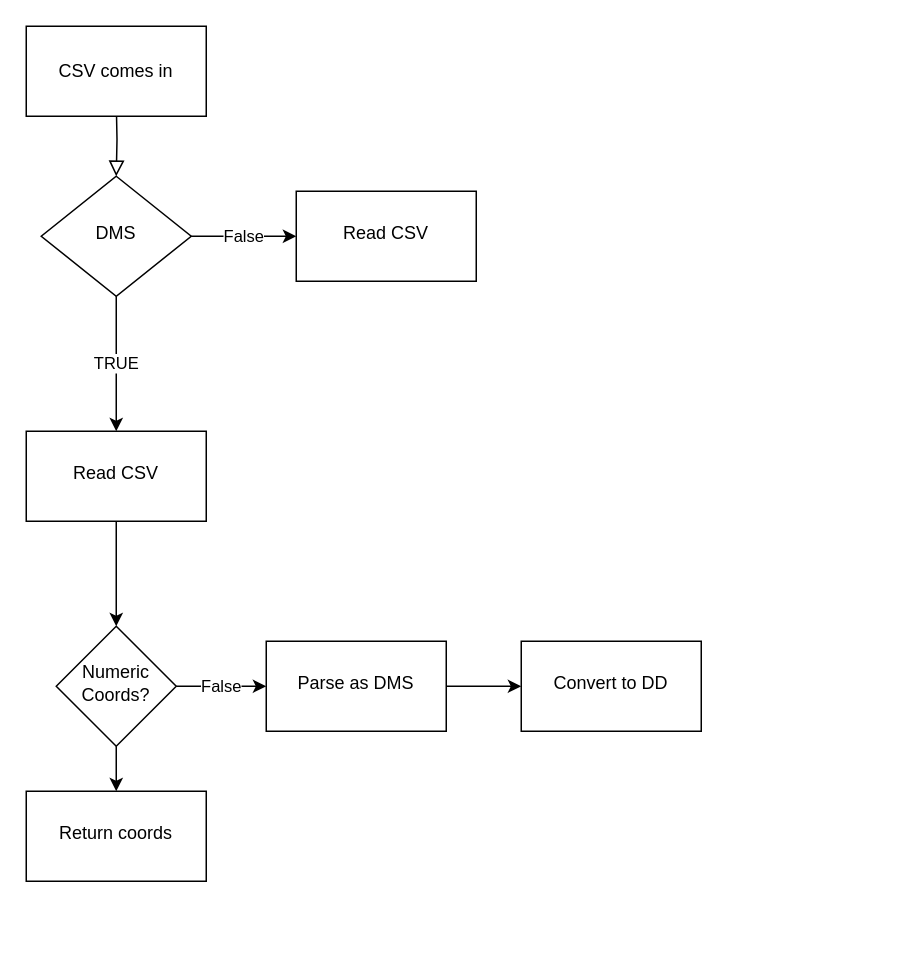
Above: coords_flowchart.drawio in JakubR12/spatial_project (draw.io), before the change. Source tidied: cells renumbered, new cells numbered last; positions are measured from the earlier drawing's top-left corner, leaving out a move shared by most shapes. Both pictures are drawn from the tidied source at 150%, with x=0, y=0 at pixel (26, 26).
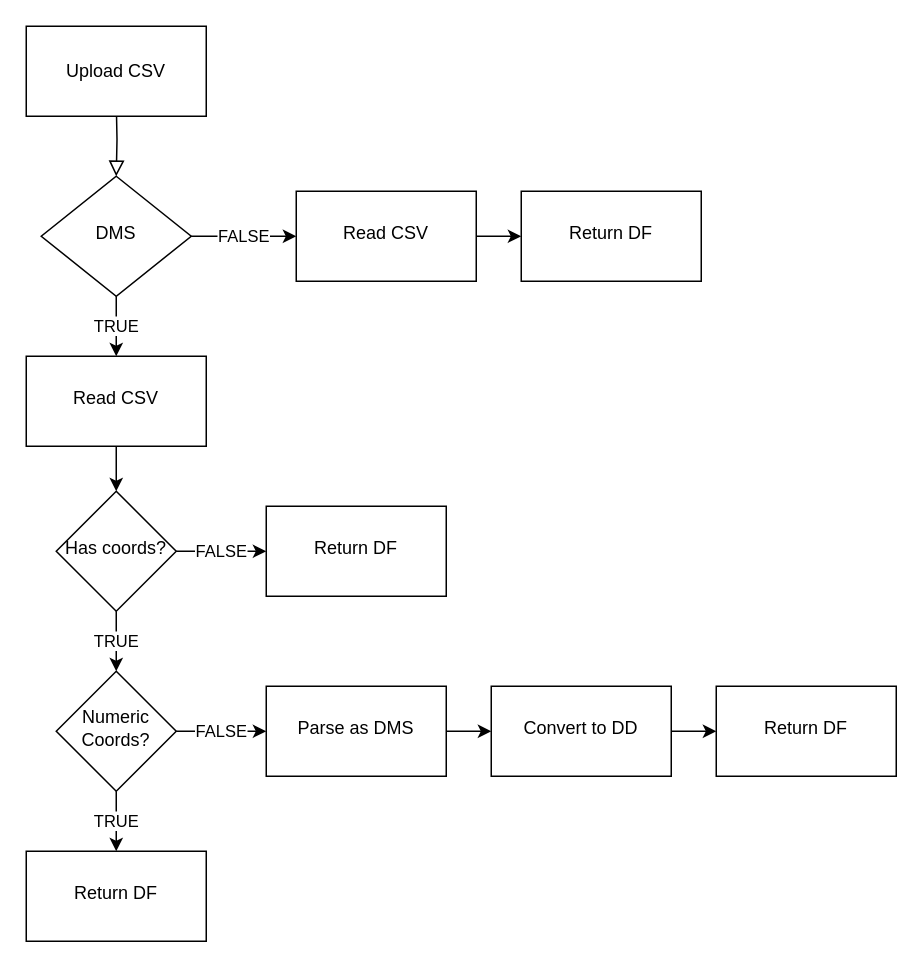
Above is the later version.

The change refers to these unchanged cells:
```xml
<mxCell id="5" value="DMS" style="rhombus;whiteSpace=wrap;html=1;shadow=0;fontFamily=Helvetica;fontSize=12;align=center;strokeWidth=1;spacing=6;spacingTop=-4;" parent="1" vertex="1">
  <mxGeometry x="10" y="100" width="100" height="80" as="geometry" />
</mxCell>
<mxCell id="9" value="Read CSV" style="whiteSpace=wrap;html=1;shadow=0;strokeWidth=1;spacing=6;spacingTop=-4;" parent="1" vertex="1">
  <mxGeometry x="180" y="110" width="120" height="60" as="geometry" />
</mxCell>
```

Change to the diagram source:
```diff
@@
-    <mxCell id="4" value="False" style="edgeStyle=orthogonalEdgeStyle;rounded=0;jettySize=auto;html=1;" parent="1" edge="1" source="5" target="9">
+    <mxCell id="4" value="FALSE" style="edgeStyle=orthogonalEdgeStyle;rounded=0;jettySize=auto;html=1;" parent="1" edge="1" source="5" target="9">
       <mxGeometry relative="1" as="geometry" />
     </mxCell>
@@
-    <mxCell id="6" style="edgeStyle=orthogonalEdgeStyle;rounded=0;jettySize=auto;html=1;" parent="1" edge="1" source="7" target="12">
-      <mxGeometry relative="1" as="geometry" />
-    </mxCell>
+    <mxCell id="17" style="edgeStyle=orthogonalEdgeStyle;rounded=0;jettySize=auto;html=1;" parent="1" edge="1" source="7" target="22">
+      <mxGeometry relative="1" as="geometry" />
+    </mxCell>
     <mxCell id="7" value="Read CSV" style="whiteSpace=wrap;html=1;shadow=0;strokeWidth=1;spacing=6;spacingTop=-4;" parent="1" vertex="1">
-      <mxGeometry y="270" width="120" height="60" as="geometry" />
+      <mxGeometry y="220" width="120" height="60" as="geometry" />
     </mxCell>
-    <mxCell id="8" value="CSV comes in" style="rounded=0;whiteSpace=wrap;html=1;" parent="1" vertex="1">
+    <mxCell id="8" value="Upload CSV" style="rounded=0;whiteSpace=wrap;html=1;" parent="1" vertex="1">
       <mxGeometry width="120" height="60" as="geometry" />
     </mxCell>
+    <mxCell id="18" style="edgeStyle=orthogonalEdgeStyle;rounded=0;jettySize=auto;html=1;" parent="1" edge="1" source="9" target="24">
+      <mxGeometry relative="1" as="geometry" />
+    </mxCell>
@@
-    <mxCell id="10" value="False" style="edgeStyle=orthogonalEdgeStyle;rounded=0;jettySize=auto;html=1;" parent="1" edge="1" source="12" target="14">
+    <mxCell id="10" value="FALSE" style="edgeStyle=orthogonalEdgeStyle;rounded=0;jettySize=auto;html=1;" parent="1" edge="1" source="12" target="14">
       <mxGeometry relative="1" as="geometry" />
     </mxCell>
-    <mxCell id="11" style="edgeStyle=orthogonalEdgeStyle;rounded=0;jettySize=auto;html=1;" parent="1" edge="1" source="12" target="16">
+    <mxCell id="11" value="TRUE" style="edgeStyle=orthogonalEdgeStyle;rounded=0;jettySize=auto;html=1;" parent="1" edge="1" source="12" target="16">
       <mxGeometry relative="1" as="geometry" />
     </mxCell>
     <mxCell id="12" value="Numeric Coords?" style="rhombus;whiteSpace=wrap;html=1;shadow=0;strokeWidth=1;spacing=6;spacingTop=-4;" parent="1" vertex="1">
-      <mxGeometry x="20" y="400" width="80" height="80" as="geometry" />
+      <mxGeometry x="20" y="430" width="80" height="80" as="geometry" />
     </mxCell>
@@
     <mxCell id="14" value="Parse as DMS" style="whiteSpace=wrap;html=1;shadow=0;strokeWidth=1;spacing=6;spacingTop=-4;" parent="1" vertex="1">
-      <mxGeometry x="160" y="410" width="120" height="60" as="geometry" />
+      <mxGeometry x="160" y="440" width="120" height="60" as="geometry" />
     </mxCell>
+    <mxCell id="19" style="edgeStyle=orthogonalEdgeStyle;rounded=0;jettySize=auto;html=1;" parent="1" edge="1" source="15" target="25">
+      <mxGeometry relative="1" as="geometry" />
+    </mxCell>
     <mxCell id="15" value="Convert to DD" style="whiteSpace=wrap;html=1;shadow=0;strokeWidth=1;spacing=6;spacingTop=-4;" parent="1" vertex="1">
-      <mxGeometry x="330" y="410" width="120" height="60" as="geometry" />
+      <mxGeometry x="310" y="440" width="120" height="60" as="geometry" />
     </mxCell>
-    <mxCell id="16" value="Return coords" style="whiteSpace=wrap;html=1;shadow=0;strokeWidth=1;spacing=6;spacingTop=-4;" parent="1" vertex="1">
-      <mxGeometry y="510" width="120" height="60" as="geometry" />
+    <mxCell id="16" value="Return DF" style="whiteSpace=wrap;html=1;shadow=0;strokeWidth=1;spacing=6;spacingTop=-4;" parent="1" vertex="1">
+      <mxGeometry y="550" width="120" height="60" as="geometry" />
     </mxCell>
+    <mxCell id="20" value="FALSE" style="edgeStyle=orthogonalEdgeStyle;rounded=0;jettySize=auto;html=1;" parent="1" edge="1" source="22" target="23">
+      <mxGeometry relative="1" as="geometry" />
+    </mxCell>
+    <mxCell id="21" value="TRUE" style="edgeStyle=orthogonalEdgeStyle;rounded=0;jettySize=auto;html=1;" parent="1" edge="1" source="22" target="12">
+      <mxGeometry relative="1" as="geometry" />
+    </mxCell>
+    <mxCell id="22" value="Has coords?" style="rhombus;whiteSpace=wrap;html=1;shadow=0;strokeWidth=1;spacing=6;spacingTop=-4;" parent="1" vertex="1">
+      <mxGeometry x="20" y="310" width="80" height="80" as="geometry" />
+    </mxCell>
+    <mxCell id="23" value="Return DF" style="whiteSpace=wrap;html=1;shadow=0;strokeWidth=1;spacing=6;spacingTop=-4;" parent="1" vertex="1">
+      <mxGeometry x="160" y="320" width="120" height="60" as="geometry" />
+    </mxCell>
+    <mxCell id="24" value="Return DF" style="whiteSpace=wrap;html=1;shadow=0;strokeWidth=1;spacing=6;spacingTop=-4;" parent="1" vertex="1">
+      <mxGeometry x="330" y="110" width="120" height="60" as="geometry" />
+    </mxCell>
+    <mxCell id="25" value="Return DF" style="whiteSpace=wrap;html=1;shadow=0;strokeWidth=1;spacing=6;spacingTop=-4;" parent="1" vertex="1">
+      <mxGeometry x="460" y="440" width="120" height="60" as="geometry" />
+    </mxCell>
```
